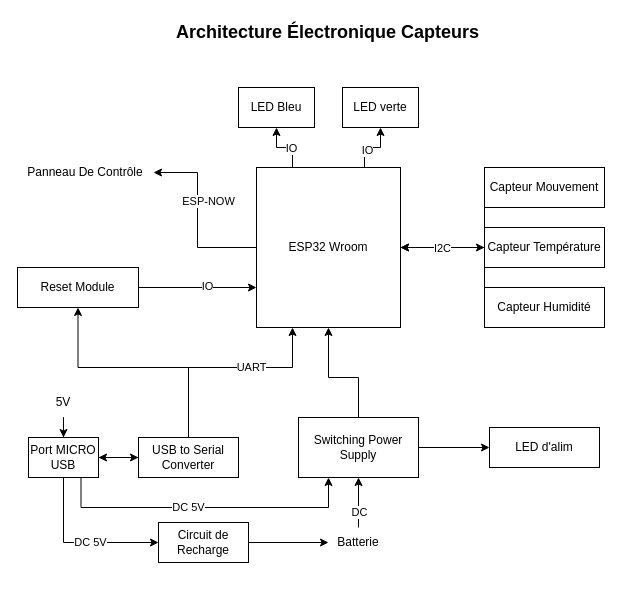
This is Capteurs/Architecture/ArchitectureÉlectroniqueCapteurs.drawio from CamFo/SecurityDoor, a draw.io file, before an edit. Source tidied: cells renumbered, new cells numbered last; positions are measured from the earlier drawing's top-left corner, leaving out a move shared by most shapes. Both pictures are drawn from the tidied source at 100%, with x=0, y=0 at pixel (17, 17).
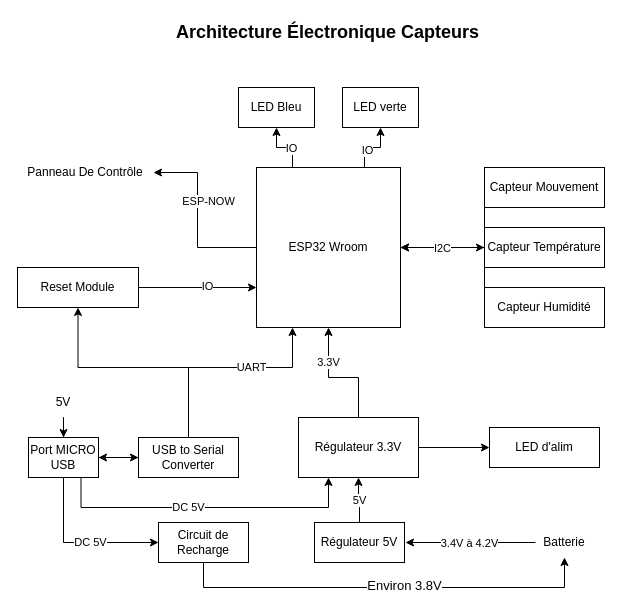
The same diagram, later.

The change refers to these unchanged cells:
```xml
<mxCell id="18" style="edgeStyle=orthogonalEdgeStyle;rounded=0;jettySize=auto;html=1;entryX=0.5;entryY=1;entryDx=0;entryDy=0;" parent="1" edge="1" source="19" target="10">
  <mxGeometry relative="1" as="geometry">
    <Array as="points">
      <mxPoint x="341" y="360" />
      <mxPoint x="311" y="360" />
    </Array>
  </mxGeometry>
</mxCell>
<mxCell id="24" value="Circuit de &lt;br&gt;Recharge" style="rounded=0;whiteSpace=wrap;html=1;" parent="1" vertex="1">
  <mxGeometry x="141" y="505" width="90" height="40" as="geometry" />
</mxCell>
```

What changed in the source:
```diff
@@
+    <mxCell id="45" value="&lt;div&gt;3.3V&lt;/div&gt;" style="edgeLabel;html=1;align=center;verticalAlign=middle;" parent="18" vertex="1">
+      <mxGeometry x="0.44" y="1" relative="1" as="geometry" />
+    </mxCell>
-    <mxCell id="19" value="Switching Power Supply" style="rounded=0;whiteSpace=wrap;html=1;" parent="1" vertex="1">
+    <mxCell id="19" value="Régulateur 3.3V" style="rounded=0;whiteSpace=wrap;html=1;" parent="1" vertex="1">
       <mxGeometry x="281" y="400" width="120" height="60" as="geometry" />
     </mxCell>
-    <mxCell id="20" style="edgeStyle=orthogonalEdgeStyle;rounded=0;jettySize=auto;html=1;" parent="1" edge="1" source="22" target="19">
-      <mxGeometry relative="1" as="geometry" />
-    </mxCell>
-    <mxCell id="21" value="DC" style="edgeLabel;html=1;align=center;verticalAlign=middle;" parent="20" vertex="1">
-      <mxGeometry x="0.25" y="1" relative="1" as="geometry">
-        <mxPoint x="1" y="15" as="offset" />
-      </mxGeometry>
-    </mxCell>
+    <mxCell id="46" style="edgeStyle=orthogonalEdgeStyle;rounded=0;orthogonalLoop=1;jettySize=auto;html=1;" parent="1" edge="1">
+      <mxGeometry relative="1" as="geometry">
+        <mxPoint x="518" y="525" as="sourcePoint" />
+        <mxPoint x="388" y="525" as="targetPoint" />
+      </mxGeometry>
+    </mxCell>
+    <mxCell id="47" value="&lt;div&gt;3.4V à 4.2V&lt;/div&gt;" style="edgeLabel;html=1;align=center;verticalAlign=middle;" parent="46" vertex="1">
+      <mxGeometry x="0.24" y="-1" relative="1" as="geometry">
+        <mxPoint x="14" y="1" as="offset" />
+      </mxGeometry>
+    </mxCell>
     <mxCell id="22" value="Batterie" style="text;html=1;strokeColor=none;fillColor=none;align=center;verticalAlign=middle;whiteSpace=wrap;rounded=0;" parent="1" vertex="1">
-      <mxGeometry x="311" y="510" width="60" height="30" as="geometry" />
+      <mxGeometry x="517" y="510" width="60" height="30" as="geometry" />
     </mxCell>
-    <mxCell id="23" style="edgeStyle=orthogonalEdgeStyle;rounded=0;jettySize=auto;html=1;entryX=0;entryY=0.5;entryDx=0;entryDy=0;" parent="1" edge="1" source="24" target="22">
-      <mxGeometry relative="1" as="geometry" />
+    <mxCell id="23" style="edgeStyle=orthogonalEdgeStyle;rounded=0;jettySize=auto;html=1;entryX=0.5;entryY=1;entryDx=0;entryDy=0;" parent="1" edge="1" source="24" target="22">
+      <mxGeometry relative="1" as="geometry">
+        <Array as="points">
+          <mxPoint x="186" y="570" />
+          <mxPoint x="547" y="570" />
+        </Array>
+      </mxGeometry>
     </mxCell>
+    <mxCell id="48" value="&lt;div style=&quot;font-size: 13px;&quot;&gt;&lt;font style=&quot;font-size: 13px;&quot;&gt;Environ 3.8V&lt;/font&gt;&lt;/div&gt;" style="edgeLabel;html=1;align=center;verticalAlign=middle;fontSize=13;" parent="23" vertex="1">
+      <mxGeometry x="0.08" y="3" relative="1" as="geometry" />
+    </mxCell>
@@
+    <mxCell id="49" value="5V" style="edgeStyle=orthogonalEdgeStyle;rounded=0;jettySize=auto;html=1;" parent="1" edge="1" source="50" target="19">
+      <mxGeometry relative="1" as="geometry" />
+    </mxCell>
+    <mxCell id="50" value="Régulateur 5V" style="rounded=0;whiteSpace=wrap;html=1;" parent="1" vertex="1">
+      <mxGeometry x="297" y="505" width="90" height="40" as="geometry" />
+    </mxCell>
```
